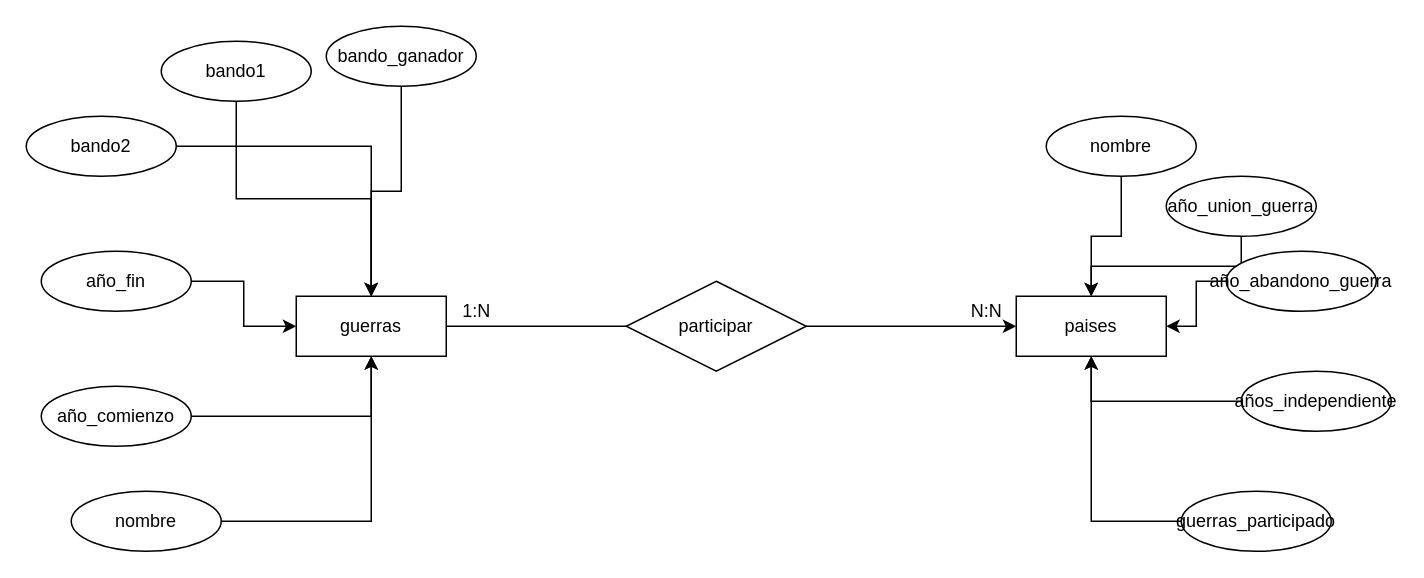
This is Reto 4.drawio from aramossanchez/Diagramas_ER, a draw.io file, before an edit. Source tidied: cells renumbered, new cells numbered last; positions are measured from the earlier drawing's top-left corner, leaving out a move shared by most shapes. Both pictures are drawn from the tidied source at 150%, with x=0, y=0 at pixel (26, 26).
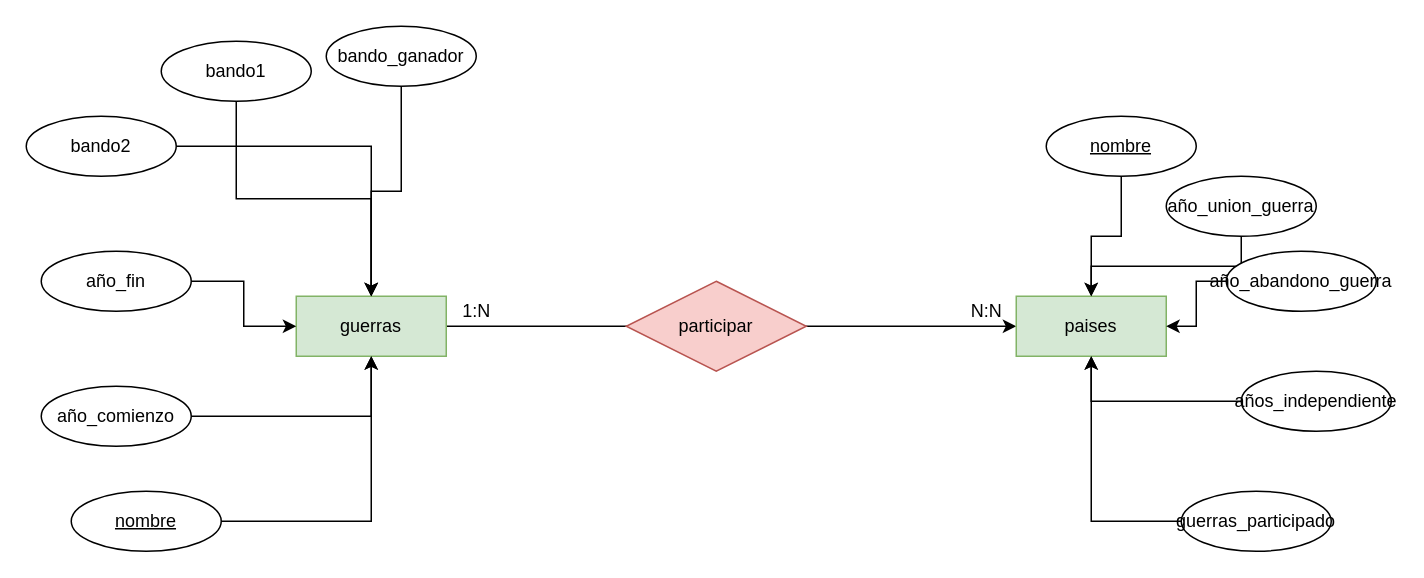
The same diagram, later.

Commit message (it also covers changes not shown here):
subo reto 5

Change to the diagram source:
```diff
@@
-    <mxCell id="3" value="guerras" style="whiteSpace=wrap;html=1;align=center;" parent="1" vertex="1">
+    <mxCell id="3" value="guerras" style="whiteSpace=wrap;html=1;align=center;fillColor=#d5e8d4;strokeColor=#82b366;" parent="1" vertex="1">
       <mxGeometry x="180" y="180" width="100" height="40" as="geometry" />
     </mxCell>
-    <mxCell id="4" value="paises&lt;br&gt;" style="whiteSpace=wrap;html=1;align=center;" parent="1" vertex="1">
+    <mxCell id="4" value="paises&lt;br&gt;" style="whiteSpace=wrap;html=1;align=center;fillColor=#d5e8d4;strokeColor=#82b366;" parent="1" vertex="1">
       <mxGeometry x="660" y="180" width="100" height="40" as="geometry" />
     </mxCell>
@@
-    <mxCell id="14" value="nombre" style="ellipse;whiteSpace=wrap;html=1;align=center;" parent="1" vertex="1">
+    <mxCell id="14" value="&lt;u&gt;nombre&lt;/u&gt;" style="ellipse;whiteSpace=wrap;html=1;align=center;" parent="1" vertex="1">
       <mxGeometry x="30" y="310" width="100" height="40" as="geometry" />
     </mxCell>
@@
-    <mxCell id="18" value="nombre" style="ellipse;whiteSpace=wrap;html=1;align=center;" parent="1" vertex="1">
+    <mxCell id="18" value="&lt;u&gt;nombre&lt;/u&gt;" style="ellipse;whiteSpace=wrap;html=1;align=center;" parent="1" vertex="1">
       <mxGeometry x="680" y="60" width="100" height="40" as="geometry" />
     </mxCell>
@@
-    <mxCell id="27" value="participar" style="shape=rhombus;perimeter=rhombusPerimeter;whiteSpace=wrap;html=1;align=center;" parent="1" vertex="1">
+    <mxCell id="27" value="participar" style="shape=rhombus;perimeter=rhombusPerimeter;whiteSpace=wrap;html=1;align=center;fillColor=#f8cecc;strokeColor=#b85450;" parent="1" vertex="1">
       <mxGeometry x="400" y="170" width="120" height="60" as="geometry" />
     </mxCell>
```
